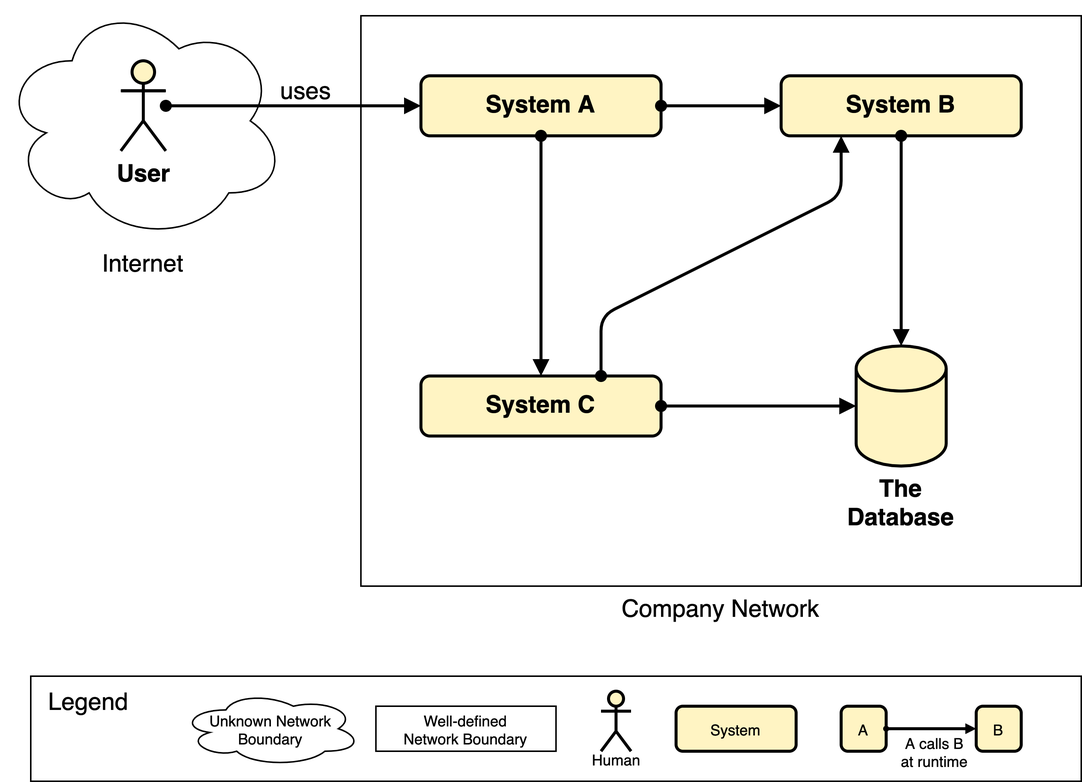
Before: diagrams/example-systemdiagram_reduced-to-the-max_with-legend.png, a diagram exported from draw.io (martinleggewie/visual-tips-for-creating-schematic-diagrams). Source tidied: cells renumbered, new cells last; positions are measured from the earlier drawing's top-left corner, leaving out a move shared by most shapes.
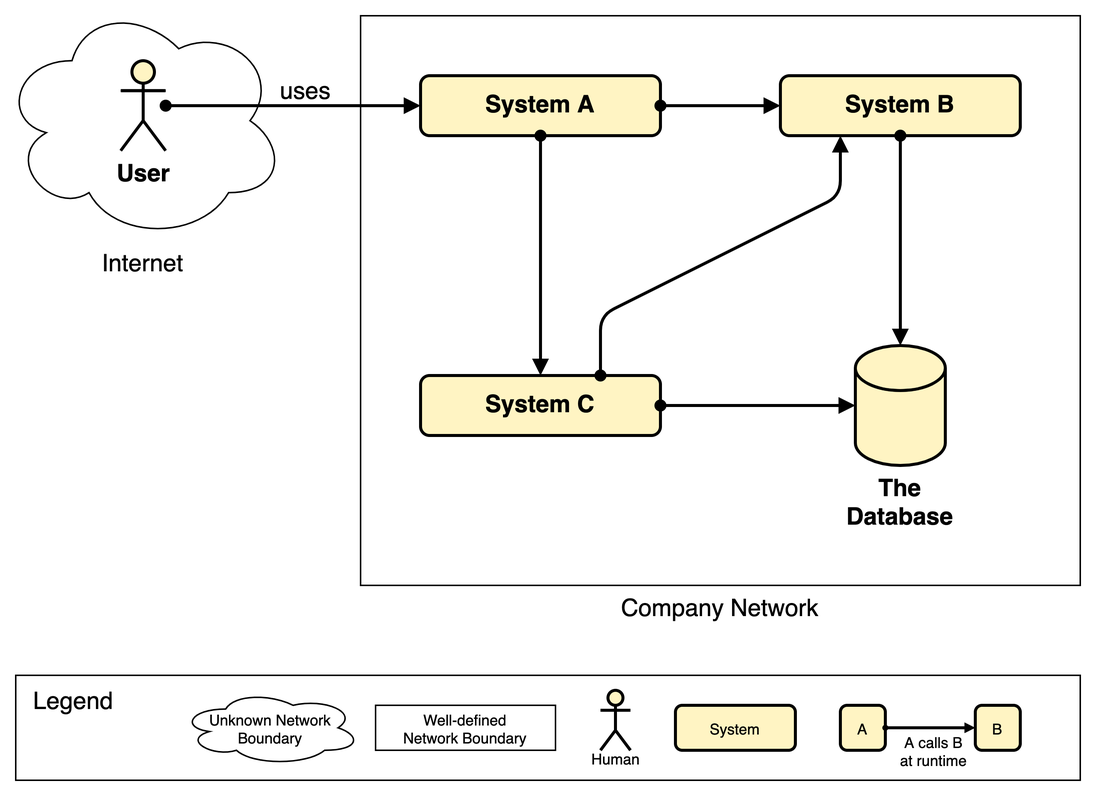
The same file after the commit.

Commit message:
added white background to diagrams which were translucent before

The edit, as a diff of the source:
```diff
@@ -1,23 +1,27 @@
 <mxGraphModel>
   <root>
     <mxCell id="0" />
-    <mxCell id="1" parent="0" />
+    <mxCell id="1" value="background" parent="0" />
+    <mxCell id="25" style="rounded=0;whiteSpace=wrap;html=1;strokeColor=none;" parent="1" vertex="1">
+      <mxGeometry width="730" height="530" as="geometry" />
+    </mxCell>
+    <mxCell id="26" value="content" parent="0" />
-    <mxCell id="2" value="Internet" style="ellipse;shape=cloud;whiteSpace=wrap;html=1;strokeWidth=1;fontSize=16;labelPosition=center;verticalLabelPosition=bottom;align=center;verticalAlign=top;" parent="1" vertex="1">
+    <mxCell id="2" value="Internet" style="ellipse;shape=cloud;whiteSpace=wrap;html=1;strokeWidth=1;fontSize=16;labelPosition=center;verticalLabelPosition=bottom;align=center;verticalAlign=top;" parent="26" vertex="1">
       <mxGeometry width="190" height="160" as="geometry" />
     </mxCell>
-    <mxCell id="3" value="Company Network" style="rounded=0;whiteSpace=wrap;html=1;strokeWidth=1;fontSize=16;verticalAlign=top;labelPosition=center;verticalLabelPosition=bottom;align=center;" parent="1" vertex="1">
+    <mxCell id="3" value="Company Network" style="rounded=0;whiteSpace=wrap;html=1;strokeWidth=1;fontSize=16;verticalAlign=top;labelPosition=center;verticalLabelPosition=bottom;align=center;" parent="26" vertex="1">
       <mxGeometry x="240" y="10" width="480" height="380" as="geometry" />
     </mxCell>
-    <mxCell id="4" value="System A" style="rounded=1;whiteSpace=wrap;html=1;strokeWidth=2;fontSize=16;fontStyle=1;fillColor=#FFF4C3;" parent="1" vertex="1">
+    <mxCell id="4" value="System A" style="rounded=1;whiteSpace=wrap;html=1;strokeWidth=2;fontSize=16;fontStyle=1;fillColor=#FFF4C3;" parent="26" vertex="1">
       <mxGeometry x="280" y="50" width="160" height="40" as="geometry" />
     </mxCell>
-    <mxCell id="5" value="System B" style="rounded=1;whiteSpace=wrap;html=1;strokeWidth=2;fontSize=16;fontStyle=1;fillColor=#FFF4C3;" parent="1" vertex="1">
+    <mxCell id="5" value="System B" style="rounded=1;whiteSpace=wrap;html=1;strokeWidth=2;fontSize=16;fontStyle=1;fillColor=#FFF4C3;" parent="26" vertex="1">
       <mxGeometry x="520" y="50" width="160" height="40" as="geometry" />
     </mxCell>
-    <mxCell id="6" style="rounded=0;jettySize=auto;html=1;fontSize=16;endArrow=block;endFill=1;startArrow=oval;startFill=1;strokeWidth=2;" parent="1" edge="1" source="4" target="5">
+    <mxCell id="6" style="rounded=0;jettySize=auto;html=1;fontSize=16;endArrow=block;endFill=1;startArrow=oval;startFill=1;strokeWidth=2;" parent="26" edge="1" source="4" target="5">
       <mxGeometry relative="1" as="geometry" />
     </mxCell>
-    <mxCell id="7" style="edgeStyle=none;rounded=0;jettySize=auto;html=1;startArrow=oval;startFill=1;endArrow=block;endFill=1;strokeWidth=2;fontSize=16;" parent="1" edge="1" source="9" target="4">
+    <mxCell id="7" style="edgeStyle=none;rounded=0;jettySize=auto;html=1;startArrow=oval;startFill=1;endArrow=block;endFill=1;strokeWidth=2;fontSize=16;" parent="26" edge="1" source="9" target="4">
       <mxGeometry relative="1" as="geometry" />
     </mxCell>
     <mxCell id="8" value="uses" style="edgeLabel;html=1;align=center;verticalAlign=middle;fontSize=16;labelBackgroundColor=none;" parent="7" vertex="1">
@@ -25,25 +29,25 @@
         <mxPoint y="-8" as="offset" />
       </mxGeometry>
     </mxCell>
-    <mxCell id="9" value="User" style="shape=umlActor;verticalLabelPosition=bottom;verticalAlign=top;html=1;outlineConnect=0;fontSize=16;strokeWidth=2;fontStyle=1;fillColor=#FFF4C3;" parent="1" vertex="1">
+    <mxCell id="9" value="User" style="shape=umlActor;verticalLabelPosition=bottom;verticalAlign=top;html=1;outlineConnect=0;fontSize=16;strokeWidth=2;fontStyle=1;fillColor=#FFF4C3;" parent="26" vertex="1">
       <mxGeometry x="80" y="40" width="30" height="60" as="geometry" />
     </mxCell>
-    <mxCell id="10" value="The Database" style="shape=cylinder3;whiteSpace=wrap;html=1;boundedLbl=1;backgroundOutline=1;size=15;strokeWidth=2;fontSize=16;verticalAlign=top;labelPosition=center;verticalLabelPosition=bottom;align=center;fontStyle=1;fillColor=#FFF4C3;" parent="1" vertex="1">
+    <mxCell id="10" value="The Database" style="shape=cylinder3;whiteSpace=wrap;html=1;boundedLbl=1;backgroundOutline=1;size=15;strokeWidth=2;fontSize=16;verticalAlign=top;labelPosition=center;verticalLabelPosition=bottom;align=center;fontStyle=1;fillColor=#FFF4C3;" parent="26" vertex="1">
       <mxGeometry x="570" y="230" width="60" height="80" as="geometry" />
     </mxCell>
-    <mxCell id="11" value="System C" style="rounded=1;whiteSpace=wrap;html=1;strokeWidth=2;fontSize=16;fontStyle=1;fillColor=#FFF4C3;" parent="1" vertex="1">
+    <mxCell id="11" value="System C" style="rounded=1;whiteSpace=wrap;html=1;strokeWidth=2;fontSize=16;fontStyle=1;fillColor=#FFF4C3;" parent="26" vertex="1">
       <mxGeometry x="280" y="250" width="160" height="40" as="geometry" />
     </mxCell>
-    <mxCell id="12" style="edgeStyle=none;rounded=0;jettySize=auto;html=1;startArrow=oval;startFill=1;endArrow=block;endFill=1;strokeWidth=2;fontSize=16;" parent="1" edge="1" source="11" target="10">
+    <mxCell id="12" style="edgeStyle=none;rounded=0;jettySize=auto;html=1;startArrow=oval;startFill=1;endArrow=block;endFill=1;strokeWidth=2;fontSize=16;" parent="26" edge="1" source="11" target="10">
       <mxGeometry relative="1" as="geometry" />
     </mxCell>
-    <mxCell id="13" style="edgeStyle=none;rounded=0;jettySize=auto;html=1;startArrow=oval;startFill=1;endArrow=block;endFill=1;strokeWidth=2;fontSize=16;" parent="1" edge="1" source="4" target="11">
+    <mxCell id="13" style="edgeStyle=none;rounded=0;jettySize=auto;html=1;startArrow=oval;startFill=1;endArrow=block;endFill=1;strokeWidth=2;fontSize=16;" parent="26" edge="1" source="4" target="11">
       <mxGeometry relative="1" as="geometry" />
     </mxCell>
-    <mxCell id="14" style="edgeStyle=none;rounded=0;jettySize=auto;html=1;startArrow=oval;startFill=1;endArrow=block;endFill=1;strokeWidth=2;fontSize=16;" parent="1" edge="1" source="5" target="10">
+    <mxCell id="14" style="edgeStyle=none;rounded=0;jettySize=auto;html=1;startArrow=oval;startFill=1;endArrow=block;endFill=1;strokeWidth=2;fontSize=16;" parent="26" edge="1" source="5" target="10">
       <mxGeometry relative="1" as="geometry" />
     </mxCell>
-    <mxCell id="15" style="jettySize=auto;html=1;startArrow=oval;startFill=1;endArrow=block;endFill=1;strokeWidth=2;fontSize=16;exitX=0.75;exitY=0;exitDx=0;exitDy=0;entryX=0.25;entryY=1;entryDx=0;entryDy=0;rounded=1;elbow=vertical;jumpStyle=none;sketch=0;shadow=0;comic=0;arcSize=20;" parent="1" edge="1" source="11" target="5">
+    <mxCell id="15" style="jettySize=auto;html=1;startArrow=oval;startFill=1;endArrow=block;endFill=1;strokeWidth=2;fontSize=16;exitX=0.75;exitY=0;exitDx=0;exitDy=0;entryX=0.25;entryY=1;entryDx=0;entryDy=0;rounded=1;elbow=vertical;jumpStyle=none;sketch=0;shadow=0;comic=0;arcSize=20;" parent="26" edge="1" source="11" target="5">
       <mxGeometry relative="1" as="geometry">
         <Array as="points">
           <mxPoint x="400" y="210" />
@@ -51,25 +55,26 @@
         </Array>
       </mxGeometry>
     </mxCell>
+    <mxCell id="27" value="legend" parent="0" />
-    <mxCell id="16" value="Legend" style="rounded=0;whiteSpace=wrap;html=1;strokeWidth=1;fontSize=16;verticalAlign=top;labelPosition=center;verticalLabelPosition=middle;align=left;horizontal=1;spacingLeft=10;spacingTop=2;" parent="1" vertex="1">
-      <mxGeometry x="20" y="450" width="700" height="70" as="geometry" />
+    <mxCell id="16" value="Legend" style="rounded=0;whiteSpace=wrap;html=1;strokeWidth=1;fontSize=16;verticalAlign=top;labelPosition=center;verticalLabelPosition=middle;align=left;horizontal=1;spacingLeft=10;spacingTop=2;" parent="27" vertex="1">
+      <mxGeometry x="10" y="450" width="710" height="70" as="geometry" />
     </mxCell>
-    <mxCell id="17" value="A" style="rounded=1;whiteSpace=wrap;html=1;strokeWidth=2;fontSize=10;fontStyle=0;fillColor=#FFF4C3;" parent="1" vertex="1">
+    <mxCell id="17" value="A" style="rounded=1;whiteSpace=wrap;html=1;strokeWidth=2;fontSize=10;fontStyle=0;fillColor=#FFF4C3;" parent="27" vertex="1">
       <mxGeometry x="560" y="470" width="30" height="30" as="geometry" />
     </mxCell>
-    <mxCell id="18" value="Well-defined&lt;br&gt;Network Boundary" style="rounded=0;whiteSpace=wrap;html=1;strokeWidth=1;fontSize=10;verticalAlign=middle;labelPosition=center;verticalLabelPosition=middle;align=center;horizontal=1;spacingLeft=0;spacingTop=0;spacing=2;" parent="1" vertex="1">
+    <mxCell id="18" value="Well-defined&lt;br&gt;Network Boundary" style="rounded=0;whiteSpace=wrap;html=1;strokeWidth=1;fontSize=10;verticalAlign=middle;labelPosition=center;verticalLabelPosition=middle;align=center;horizontal=1;spacingLeft=0;spacingTop=0;spacing=2;" parent="27" vertex="1">
       <mxGeometry x="250" y="470" width="120" height="30" as="geometry" />
     </mxCell>
-    <mxCell id="19" value="System" style="rounded=1;whiteSpace=wrap;html=1;strokeWidth=2;fontSize=10;fontStyle=0;fillColor=#FFF4C3;" parent="1" vertex="1">
+    <mxCell id="19" value="System" style="rounded=1;whiteSpace=wrap;html=1;strokeWidth=2;fontSize=10;fontStyle=0;fillColor=#FFF4C3;" parent="27" vertex="1">
       <mxGeometry x="450" y="470" width="80" height="30" as="geometry" />
     </mxCell>
-    <mxCell id="20" value="Unknown Network Boundary" style="ellipse;shape=cloud;whiteSpace=wrap;html=1;strokeWidth=1;fontSize=10;labelPosition=center;verticalLabelPosition=middle;align=center;verticalAlign=middle;" parent="1" vertex="1">
+    <mxCell id="20" value="Unknown Network Boundary" style="ellipse;shape=cloud;whiteSpace=wrap;html=1;strokeWidth=1;fontSize=10;labelPosition=center;verticalLabelPosition=middle;align=center;verticalAlign=middle;" parent="27" vertex="1">
       <mxGeometry x="120" y="460" width="120" height="50" as="geometry" />
     </mxCell>
-    <mxCell id="21" value="Human" style="shape=umlActor;verticalLabelPosition=middle;verticalAlign=middle;html=1;fontSize=10;strokeWidth=2;fontStyle=0;fillColor=#FFF4C3;labelPosition=center;align=center;spacingTop=50;" parent="1" vertex="1">
+    <mxCell id="21" value="Human" style="shape=umlActor;verticalLabelPosition=middle;verticalAlign=middle;html=1;fontSize=10;strokeWidth=2;fontStyle=0;fillColor=#FFF4C3;labelPosition=center;align=center;spacingTop=50;" parent="27" vertex="1">
       <mxGeometry x="400" y="460" width="20" height="40" as="geometry" />
     </mxCell>
-    <mxCell id="22" style="edgeStyle=none;rounded=0;jettySize=auto;html=1;startArrow=oval;startFill=1;endArrow=block;endFill=1;strokeWidth=2;fontSize=16;endSize=2;startSize=2;exitX=1;exitY=0.5;exitDx=0;exitDy=0;entryX=0;entryY=0.5;entryDx=0;entryDy=0;" parent="1" edge="1" source="17" target="24">
+    <mxCell id="22" style="edgeStyle=none;rounded=0;jettySize=auto;html=1;startArrow=oval;startFill=1;endArrow=block;endFill=1;strokeWidth=2;fontSize=16;endSize=2;startSize=2;exitX=1;exitY=0.5;exitDx=0;exitDy=0;entryX=0;entryY=0.5;entryDx=0;entryDy=0;" parent="27" edge="1" source="17" target="24">
       <mxGeometry x="40" y="696" as="geometry" />
     </mxCell>
     <mxCell id="23" value="A calls B&lt;br&gt;at runtime" style="edgeLabel;html=1;align=center;verticalAlign=middle;fontSize=10;" parent="22" vertex="1">
@@ -77,7 +82,7 @@
         <mxPoint x="6" y="15" as="offset" />
       </mxGeometry>
     </mxCell>
-    <mxCell id="24" value="B" style="rounded=1;whiteSpace=wrap;html=1;strokeWidth=2;fontSize=10;fontStyle=0;fillColor=#FFF4C3;" parent="1" vertex="1">
+    <mxCell id="24" value="B" style="rounded=1;whiteSpace=wrap;html=1;strokeWidth=2;fontSize=10;fontStyle=0;fillColor=#FFF4C3;" parent="27" vertex="1">
       <mxGeometry x="650" y="470" width="30" height="30" as="geometry" />
     </mxCell>
   </root>
```
